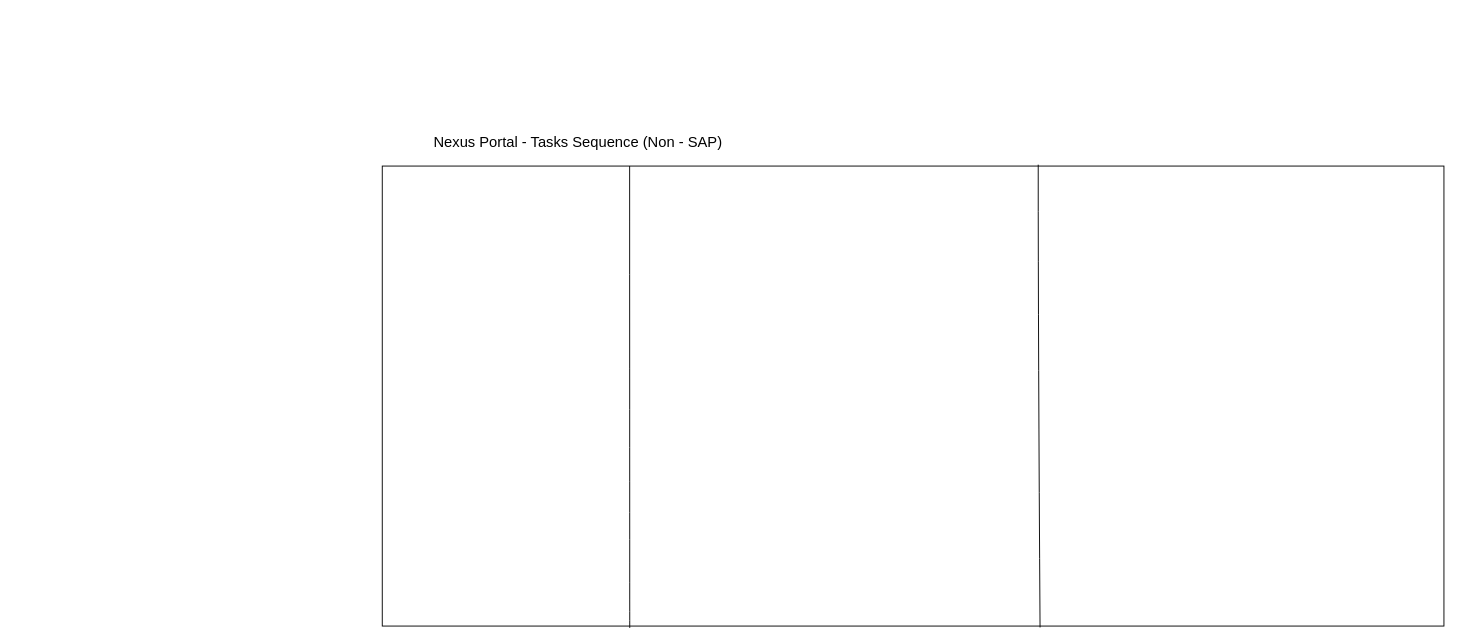
Before: page "Nexus Tasks - Life Cycle" (1 of 2) of Nexus 4.0 Consulting.drawio in karthiksm2703siemens/Nexus-4.0-Diagrams, a draw.io diagram. Source tidied: cells renumbered, new cells numbered last; positions are measured from the earlier drawing's top-left corner, leaving out a move shared by most shapes. Both pictures are drawn from the tidied source at 92%, with x=0, y=0 at pixel (382, 128). Pictures stored in the file or linked from it are replaced by grey dashed boxes.
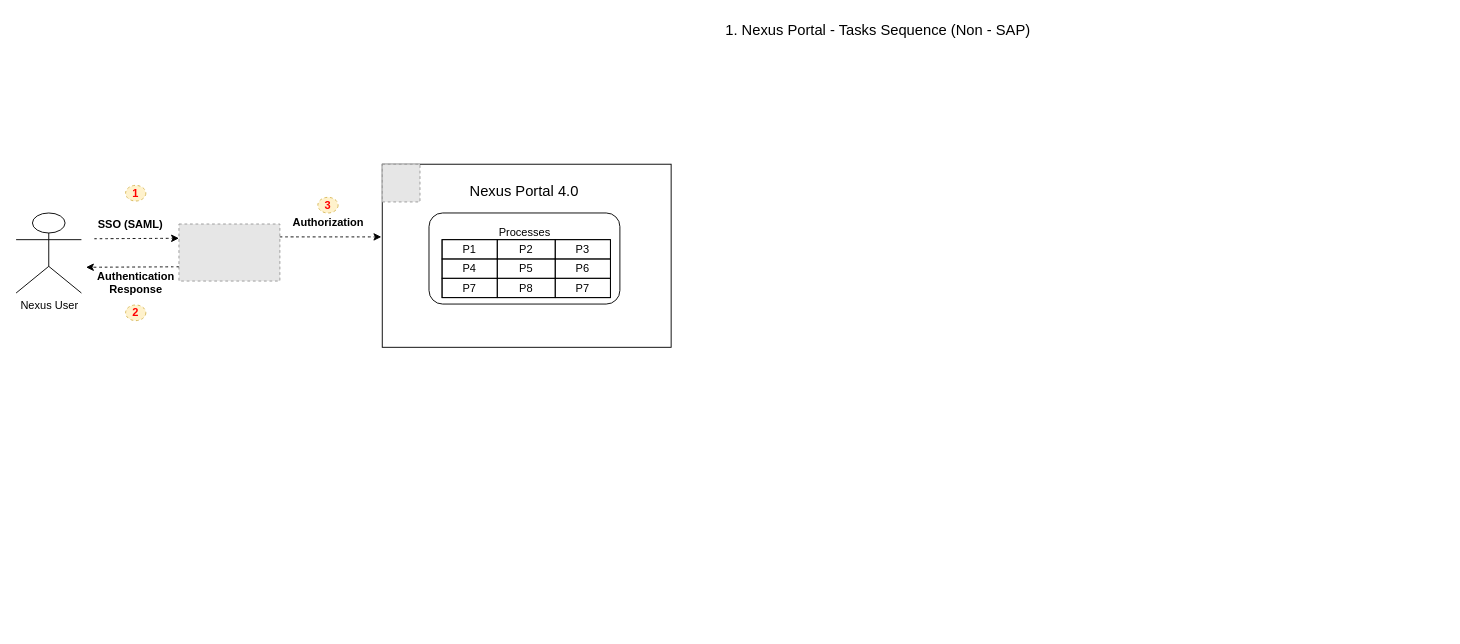
Above is the later version.

Change to the diagram source:
```diff
@@
     <mxCell id="2" style="rounded=0;whiteSpace=wrap;html=1;" parent="1" vertex="1">
-      <mxGeometry y="41" width="1154" height="500" as="geometry" />
+      <mxGeometry y="39" width="314" height="199" as="geometry" />
     </mxCell>
-    <mxCell id="3" style="endArrow=none;html=1;rounded=0;fontSize=12;startSize=8;endSize=8;curved=1;entryX=0.233;entryY=0;entryDx=0;entryDy=0;entryPerimeter=0;" parent="1" edge="1" target="2">
-      <mxGeometry relative="1" as="geometry">
-        <mxPoint x="269" y="543" as="sourcePoint" />
-      </mxGeometry>
-    </mxCell>
-    <mxCell id="4" style="endArrow=none;html=1;rounded=0;fontSize=12;startSize=8;endSize=8;curved=1;entryX=0.231;entryY=-0.002;entryDx=0;entryDy=0;entryPerimeter=0;" parent="1" edge="1">
-      <mxGeometry relative="1" as="geometry">
-        <mxPoint x="715" y="542.5" as="sourcePoint" />
-        <mxPoint x="713" y="39.5" as="targetPoint" />
-        <Array as="points">
-          <mxPoint x="713" y="235.5" />
-        </Array>
-      </mxGeometry>
-    </mxCell>
-    <mxCell id="5" value="Nexus Portal - Tasks Sequence (Non - SAP&lt;span style=&quot;background-color: initial;&quot;&gt;)&lt;/span&gt;" style="text;strokeColor=none;fillColor=none;html=1;align=center;verticalAlign=middle;whiteSpace=wrap;rounded=0;fontSize=16;" parent="1" vertex="1">
-      <mxGeometry width="426" height="30" as="geometry" />
+    <mxCell id="5" value="1.&amp;nbsp;&lt;span style=&quot;background-color: initial;&quot;&gt;Nexus Portal - Tasks Sequence (Non - SAP&lt;/span&gt;&lt;span style=&quot;background-color: initial;&quot;&gt;)&lt;/span&gt;" style="text;strokeColor=none;fillColor=none;html=1;align=center;verticalAlign=middle;whiteSpace=wrap;rounded=0;fontSize=16;" parent="1" vertex="1">
+      <mxGeometry x="326" y="-122" width="426" height="30" as="geometry" />
     </mxCell>
+    <mxCell id="6" value="Nexus Portal 4.0" style="text;strokeColor=none;fillColor=none;html=1;align=center;verticalAlign=middle;whiteSpace=wrap;rounded=0;fontSize=16;" parent="1" vertex="1">
+      <mxGeometry x="89" y="53" width="131" height="30" as="geometry" />
+    </mxCell>
+    <mxCell id="7" value="Nexus User&lt;div&gt;&lt;br&gt;&lt;/div&gt;" style="shape=umlActor;verticalLabelPosition=bottom;verticalAlign=top;html=1;outlineConnect=0;" parent="1" vertex="1">
+      <mxGeometry x="-398" y="92" width="71" height="87" as="geometry" />
+    </mxCell>
+    <mxCell id="8" style="fillColor=#E6E6E6;strokeColor=#999999;dashed=1;verticalLabelPosition=bottom;verticalAlign=top;" parent="1" vertex="1">
+      <mxGeometry x="-221" y="104" width="109.7" height="62" as="geometry" />
+    </mxCell>
+    <mxCell id="9" style="edgeStyle=none;curved=1;rounded=0;orthogonalLoop=1;jettySize=auto;html=1;exitX=0.5;exitY=0;exitDx=0;exitDy=0;exitPerimeter=0;fontSize=12;startSize=8;endSize=8;" parent="1" edge="1" source="7" target="7">
+      <mxGeometry relative="1" as="geometry" />
+    </mxCell>
+    <mxCell id="10" value="1" style="ellipse;whiteSpace=wrap;html=1;fontStyle=1;dashed=1;fillColor=#fff2cc;strokeColor=#d6b656;fontColor=#FF0000;" parent="1" vertex="1">
+      <mxGeometry x="-279" y="62" width="22" height="17" as="geometry" />
+    </mxCell>
+    <mxCell id="11" style="html=1;labelBackgroundColor=#ffffff;startArrow=none;startFill=0;startSize=6;endArrow=classic;endFill=1;endSize=6;jettySize=auto;strokeWidth=1;dashed=1;fontSize=14;rounded=0;curved=1;exitX=0;exitY=0.75;exitDx=0;exitDy=0;" parent="1" edge="1" source="8">
+      <mxGeometry relative="1" as="geometry">
+        <mxPoint x="-322" y="151" as="targetPoint" />
+      </mxGeometry>
+    </mxCell>
+    <mxCell id="12" value="2" style="ellipse;whiteSpace=wrap;html=1;fontStyle=1;dashed=1;fillColor=#fff2cc;strokeColor=#d6b656;fontColor=#FF0000;" parent="1" vertex="1">
+      <mxGeometry x="-279" y="192" width="22" height="17" as="geometry" />
+    </mxCell>
+    <mxCell id="13" style="html=1;labelBackgroundColor=#ffffff;startArrow=none;startFill=0;startSize=6;endArrow=classic;endFill=1;endSize=6;jettySize=auto;strokeWidth=1;dashed=1;fontSize=14;rounded=0;curved=1;entryX=0;entryY=0.25;entryDx=0;entryDy=0;" parent="1" edge="1" target="8">
+      <mxGeometry relative="1" as="geometry">
+        <mxPoint x="-313" y="120" as="sourcePoint" />
+      </mxGeometry>
+    </mxCell>
+    <mxCell id="14" value="SSO (SAML)" style="text;html=1;align=center;verticalAlign=middle;strokeColor=none;fillColor=none;fontStyle=1;rotation=0;" parent="1" vertex="1">
+      <mxGeometry x="-318" y="92" width="87" height="26" as="geometry" />
+    </mxCell>
+    <mxCell id="15" value="Authentication&lt;div&gt;Response&lt;/div&gt;" style="text;html=1;align=center;verticalAlign=middle;strokeColor=none;fillColor=none;fontStyle=1;rotation=0;" parent="1" vertex="1">
+      <mxGeometry x="-315" y="147" width="94" height="41" as="geometry" />
+    </mxCell>
+    <mxCell id="16" style="html=1;labelBackgroundColor=#ffffff;startArrow=none;startFill=0;startSize=6;endArrow=classic;endFill=1;endSize=6;jettySize=auto;orthogonalLoop=1;strokeWidth=1;dashed=1;fontSize=14;rounded=0;curved=1;" parent="1" edge="1">
+      <mxGeometry relative="1" as="geometry">
+        <mxPoint x="-111.3" y="118" as="sourcePoint" />
+        <mxPoint x="-1" y="118" as="targetPoint" />
+      </mxGeometry>
+    </mxCell>
+    <mxCell id="17" value="3" style="ellipse;whiteSpace=wrap;html=1;fontStyle=1;dashed=1;fillColor=#fff2cc;strokeColor=#d6b656;fontColor=#FF0000;" parent="1" vertex="1">
+      <mxGeometry x="-70" y="75" width="22" height="17" as="geometry" />
+    </mxCell>
+    <mxCell id="18" value="Authorization" style="text;html=1;align=center;verticalAlign=middle;strokeColor=none;fillColor=none;fontStyle=1;rotation=0;" parent="1" vertex="1">
+      <mxGeometry x="-103" y="90" width="88" height="26" as="geometry" />
+    </mxCell>
+    <mxCell id="19" value="Processes&lt;div&gt;&lt;br&gt;&lt;/div&gt;&lt;div&gt;&lt;br&gt;&lt;/div&gt;&lt;div&gt;&lt;br&gt;&lt;/div&gt;&lt;div&gt;&lt;br&gt;&lt;/div&gt;" style="rounded=1;whiteSpace=wrap;html=1;" parent="1" vertex="1">
+      <mxGeometry x="50.8" y="92" width="207.5" height="99" as="geometry" />
+    </mxCell>
+    <mxCell id="20" style="childLayout=tableLayout;shadow=0;fillColor=none;" parent="1" vertex="1">
+      <mxGeometry x="65" y="121" width="183" height="63" as="geometry" />
+    </mxCell>
+    <mxCell id="21" style="shape=tableRow;horizontal=0;startSize=0;swimlaneHead=0;swimlaneBody=0;top=0;left=0;bottom=0;right=0;fontStyle=0;fillColor=none;strokeColor=inherit;" parent="20" vertex="1">
+      <mxGeometry width="183" height="21" as="geometry" />
+    </mxCell>
+    <mxCell id="22" value="P1" style="strokeColor=inherit;fillColor=none;align=center;whiteSpace=wrap;html=1;" parent="21" vertex="1">
+      <mxGeometry width="60" height="21" as="geometry" />
+    </mxCell>
+    <mxCell id="23" value="P2" style="strokeColor=inherit;fillColor=none;align=center;whiteSpace=wrap;html=1;" parent="21" vertex="1">
+      <mxGeometry x="60" width="63" height="21" as="geometry" />
+    </mxCell>
+    <mxCell id="24" value="P3" style="strokeColor=inherit;fillColor=none;align=center;whiteSpace=wrap;html=1;" parent="21" vertex="1">
+      <mxGeometry x="123" width="60" height="21" as="geometry" />
+    </mxCell>
+    <mxCell id="25" style="shape=tableRow;horizontal=0;startSize=0;swimlaneHead=0;swimlaneBody=0;top=0;left=0;bottom=0;right=0;fontStyle=0;fillColor=none;strokeColor=inherit;" parent="20" vertex="1">
+      <mxGeometry y="21" width="183" height="21" as="geometry" />
+    </mxCell>
+    <mxCell id="26" value="P4" style="strokeColor=inherit;fillColor=none;align=center;whiteSpace=wrap;html=1;" parent="25" vertex="1">
+      <mxGeometry width="60" height="21" as="geometry" />
+    </mxCell>
+    <mxCell id="27" value="P5" style="strokeColor=inherit;fillColor=none;align=center;whiteSpace=wrap;html=1;" parent="25" vertex="1">
+      <mxGeometry x="60" width="63" height="21" as="geometry" />
+    </mxCell>
+    <mxCell id="28" value="P6" style="strokeColor=inherit;fillColor=none;align=center;whiteSpace=wrap;html=1;" parent="25" vertex="1">
+      <mxGeometry x="123" width="60" height="21" as="geometry" />
+    </mxCell>
+    <mxCell id="29" style="shape=tableRow;horizontal=0;startSize=0;swimlaneHead=0;swimlaneBody=0;top=0;left=0;bottom=0;right=0;fontStyle=0;fillColor=none;strokeColor=inherit;" parent="20" vertex="1">
+      <mxGeometry y="42" width="183" height="21" as="geometry" />
+    </mxCell>
+    <mxCell id="30" value="P7" style="strokeColor=inherit;fillColor=none;align=center;whiteSpace=wrap;html=1;" parent="29" vertex="1">
+      <mxGeometry width="60" height="21" as="geometry" />
+    </mxCell>
+    <mxCell id="31" value="P8" style="strokeColor=inherit;fillColor=none;align=center;whiteSpace=wrap;html=1;" parent="29" vertex="1">
+      <mxGeometry x="60" width="63" height="21" as="geometry" />
+    </mxCell>
+    <mxCell id="32" value="P7" style="strokeColor=inherit;fillColor=none;align=center;whiteSpace=wrap;html=1;" parent="29" vertex="1">
+      <mxGeometry x="123" width="60" height="21" as="geometry" />
+    </mxCell>
+    <mxCell id="33" style="fillColor=#E6E6E6;strokeColor=#999999;dashed=1;verticalLabelPosition=bottom;verticalAlign=top;" parent="1" vertex="1">
+      <mxGeometry y="39" width="41" height="41" as="geometry" />
+    </mxCell>
```
